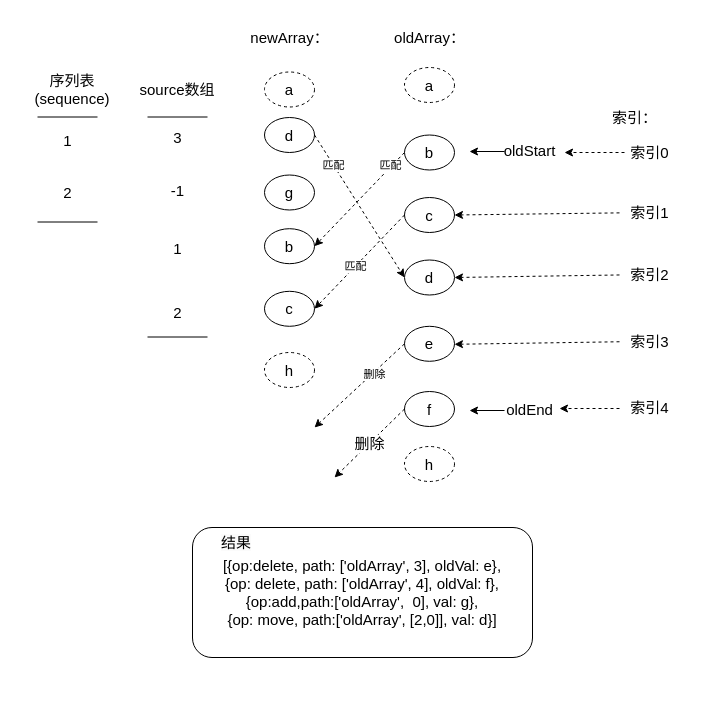
This is 第五章/newArray 与oldArray 都有剩余数据.drawio from yuxinyu12345/diagrams, a draw.io file, before an edit. Source tidied: cells renumbered, new cells numbered last; positions are measured from the earlier drawing's top-left corner, leaving out a move shared by most shapes. Both pictures are drawn from the tidied source at 100%, with x=0, y=0 at pixel (37, 22).
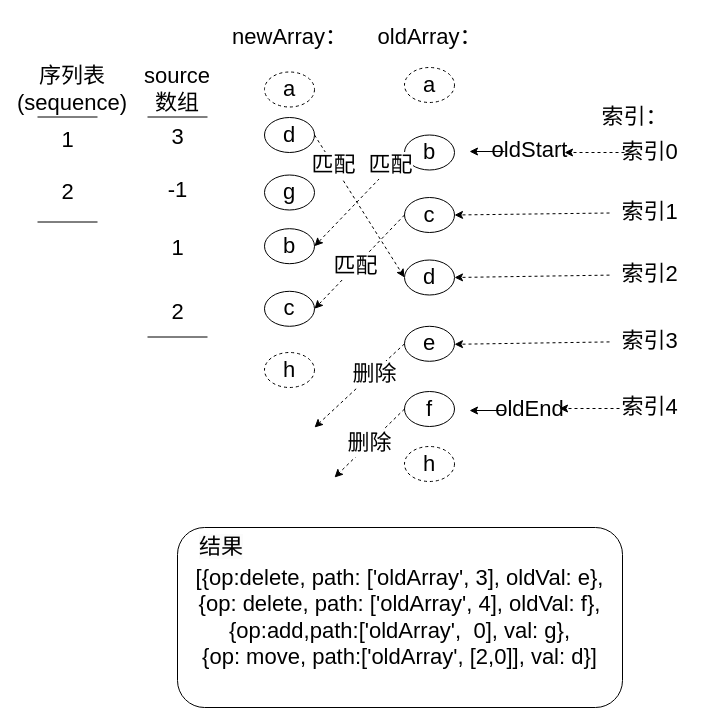
After the change.

Commit message:
更新newArray 与oldArray 都有剩余数据.drawio

Diff of the diagram source:
```diff
@@
-    <mxCell id="2" value="a" style="ellipse;whiteSpace=wrap;html=1;dashed=1;fontSize=15;" parent="1" vertex="1">
+    <mxCell id="2" value="a" style="ellipse;whiteSpace=wrap;html=1;dashed=1;fontSize=22;" parent="1" vertex="1">
       <mxGeometry x="367" y="45" width="50" height="35" as="geometry" />
     </mxCell>
-    <mxCell id="3" value="a" style="ellipse;whiteSpace=wrap;html=1;dashed=1;fontSize=15;" parent="1" vertex="1">
+    <mxCell id="3" value="a" style="ellipse;whiteSpace=wrap;html=1;dashed=1;fontSize=22;" parent="1" vertex="1">
       <mxGeometry x="227" y="49.5" width="50" height="35" as="geometry" />
     </mxCell>
-    <mxCell id="4" value="b" style="ellipse;whiteSpace=wrap;html=1;fontSize=15;" parent="1" vertex="1">
+    <mxCell id="4" value="b" style="ellipse;whiteSpace=wrap;html=1;fontSize=22;" parent="1" vertex="1">
       <mxGeometry x="367" y="112.5" width="50" height="35" as="geometry" />
     </mxCell>
-    <mxCell id="5" value="b" style="ellipse;whiteSpace=wrap;html=1;fontSize=15;" parent="1" vertex="1">
+    <mxCell id="5" value="b" style="ellipse;whiteSpace=wrap;html=1;fontSize=22;" parent="1" vertex="1">
       <mxGeometry x="227" y="206.2" width="50" height="35" as="geometry" />
     </mxCell>
-    <mxCell id="6" value="c" style="ellipse;whiteSpace=wrap;html=1;fontSize=15;" parent="1" vertex="1">
+    <mxCell id="6" value="c" style="ellipse;whiteSpace=wrap;html=1;fontSize=22;" parent="1" vertex="1">
       <mxGeometry x="367" y="175" width="50" height="35" as="geometry" />
     </mxCell>
-    <mxCell id="7" value="d" style="ellipse;whiteSpace=wrap;html=1;fontSize=15;" parent="1" vertex="1">
+    <mxCell id="7" value="d" style="ellipse;whiteSpace=wrap;html=1;fontSize=22;" parent="1" vertex="1">
       <mxGeometry x="367" y="237.5" width="50" height="35" as="geometry" />
     </mxCell>
-    <mxCell id="8" value="e" style="ellipse;whiteSpace=wrap;html=1;fontSize=15;" parent="1" vertex="1">
+    <mxCell id="8" value="e" style="ellipse;whiteSpace=wrap;html=1;fontSize=22;" parent="1" vertex="1">
       <mxGeometry x="367" y="303.8" width="50" height="35" as="geometry" />
     </mxCell>
-    <mxCell id="9" value="f" style="ellipse;whiteSpace=wrap;html=1;fontSize=15;" parent="1" vertex="1">
+    <mxCell id="9" value="f" style="ellipse;whiteSpace=wrap;html=1;fontSize=22;" parent="1" vertex="1">
       <mxGeometry x="367" y="369" width="50" height="35" as="geometry" />
     </mxCell>
-    <mxCell id="10" value="h" style="ellipse;whiteSpace=wrap;html=1;dashed=1;fontSize=15;" parent="1" vertex="1">
+    <mxCell id="10" value="h" style="ellipse;whiteSpace=wrap;html=1;dashed=1;fontSize=22;" parent="1" vertex="1">
       <mxGeometry x="367" y="424" width="50" height="35" as="geometry" />
     </mxCell>
-    <mxCell id="11" value="h" style="ellipse;whiteSpace=wrap;html=1;dashed=1;fontSize=15;" parent="1" vertex="1">
+    <mxCell id="11" value="h" style="ellipse;whiteSpace=wrap;html=1;dashed=1;fontSize=22;" parent="1" vertex="1">
       <mxGeometry x="227" y="330" width="50" height="35" as="geometry" />
     </mxCell>
-    <mxCell id="12" value="c" style="ellipse;whiteSpace=wrap;html=1;fontSize=15;" parent="1" vertex="1">
+    <mxCell id="12" value="c" style="ellipse;whiteSpace=wrap;html=1;fontSize=22;" parent="1" vertex="1">
       <mxGeometry x="227" y="268.8" width="50" height="35" as="geometry" />
     </mxCell>
-    <mxCell id="13" value="d" style="ellipse;whiteSpace=wrap;html=1;fontSize=15;" parent="1" vertex="1">
+    <mxCell id="13" value="d" style="ellipse;whiteSpace=wrap;html=1;fontSize=22;" parent="1" vertex="1">
       <mxGeometry x="227" y="95" width="50" height="35" as="geometry" />
     </mxCell>
-    <mxCell id="14" value="g" style="ellipse;whiteSpace=wrap;html=1;fontSize=15;" parent="1" vertex="1">
+    <mxCell id="14" value="g" style="ellipse;whiteSpace=wrap;html=1;fontSize=22;" parent="1" vertex="1">
       <mxGeometry x="227" y="152.5" width="50" height="35" as="geometry" />
     </mxCell>
-    <mxCell id="15" value="newArray：" style="text;html=1;align=center;verticalAlign=middle;strokeColor=none;fillColor=none;fontSize=15;" parent="1" vertex="1">
-      <mxGeometry x="202" width="100" height="30" as="geometry" />
+    <mxCell id="15" value="newArray：" style="text;html=1;align=center;verticalAlign=middle;strokeColor=none;fillColor=none;fontSize=22;" parent="1" vertex="1">
+      <mxGeometry x="182" y="-5" width="140" height="40" as="geometry" />
     </mxCell>
-    <mxCell id="16" value="oldArray：" style="text;html=1;align=center;verticalAlign=middle;strokeColor=none;fillColor=none;fontSize=15;" parent="1" vertex="1">
-      <mxGeometry x="347" width="90" height="30" as="geometry" />
+    <mxCell id="16" value="oldArray：" style="text;html=1;align=center;verticalAlign=middle;strokeColor=none;fillColor=none;fontSize=22;" parent="1" vertex="1">
+      <mxGeometry x="327" y="-5" width="130" height="40" as="geometry" />
     </mxCell>
-    <mxCell id="17" style="edgeStyle=orthogonalEdgeStyle;rounded=0;orthogonalLoop=1;jettySize=auto;html=1;exitX=0.5;exitY=1;exitDx=0;exitDy=0;fontSize=15;" parent="1" edge="1" source="8" target="8">
+    <mxCell id="17" style="edgeStyle=orthogonalEdgeStyle;rounded=0;orthogonalLoop=1;jettySize=auto;html=1;exitX=0.5;exitY=1;exitDx=0;exitDy=0;fontSize=22;" parent="1" edge="1" source="8" target="8">
       <mxGeometry relative="1" as="geometry" />
     </mxCell>
-    <mxCell id="18" style="endArrow=classic;html=1;rounded=0;exitX=1;exitY=0.5;exitDx=0;exitDy=0;entryX=0;entryY=0.5;entryDx=0;entryDy=0;dashed=1;fontSize=15;" parent="1" edge="1" source="13" target="7">
+    <mxCell id="18" style="endArrow=classic;html=1;rounded=0;exitX=1;exitY=0.5;exitDx=0;exitDy=0;entryX=0;entryY=0.5;entryDx=0;entryDy=0;dashed=1;fontSize=22;" parent="1" edge="1" source="13" target="7">
       <mxGeometry relative="1" as="geometry" />
     </mxCell>
-    <mxCell id="19" value="匹配" style="edgeLabel;html=1;align=center;verticalAlign=middle;" parent="18" vertex="1">
+    <mxCell id="19" value="匹配" style="edgeLabel;html=1;align=center;verticalAlign=middle;fontSize=22;" parent="18" vertex="1">
       <mxGeometry x="-0.58" relative="1" as="geometry" />
     </mxCell>
-    <mxCell id="20" style="endArrow=classic;html=1;rounded=0;exitX=0;exitY=0.5;exitDx=0;exitDy=0;entryX=1;entryY=0.5;entryDx=0;entryDy=0;dashed=1;fontSize=15;" parent="1" edge="1" source="4" target="5">
+    <mxCell id="20" style="endArrow=classic;html=1;rounded=0;exitX=0;exitY=0.5;exitDx=0;exitDy=0;entryX=1;entryY=0.5;entryDx=0;entryDy=0;dashed=1;fontSize=22;" parent="1" edge="1" source="4" target="5">
       <mxGeometry relative="1" as="geometry" />
     </mxCell>
-    <mxCell id="21" value="匹配" style="edgeLabel;html=1;align=center;verticalAlign=middle;" parent="20" vertex="1">
+    <mxCell id="21" value="匹配" style="edgeLabel;html=1;align=center;verticalAlign=middle;fontSize=22;" parent="20" vertex="1">
       <mxGeometry x="-0.7" y="-2" relative="1" as="geometry" />
     </mxCell>
-    <mxCell id="22" style="endArrow=classic;html=1;rounded=0;exitX=0;exitY=0.5;exitDx=0;exitDy=0;entryX=1;entryY=0.5;entryDx=0;entryDy=0;dashed=1;fontSize=15;" parent="1" edge="1" source="6" target="12">
+    <mxCell id="22" style="endArrow=classic;html=1;rounded=0;exitX=0;exitY=0.5;exitDx=0;exitDy=0;entryX=1;entryY=0.5;entryDx=0;entryDy=0;dashed=1;fontSize=22;" parent="1" edge="1" source="6" target="12">
       <mxGeometry relative="1" as="geometry" />
     </mxCell>
-    <mxCell id="23" value="匹配" style="edgeLabel;html=1;align=center;verticalAlign=middle;" parent="22" vertex="1">
+    <mxCell id="23" value="匹配" style="edgeLabel;html=1;align=center;verticalAlign=middle;fontSize=22;" parent="22" vertex="1">
       <mxGeometry x="0.08" relative="1" as="geometry">
         <mxPoint x="-1" as="offset" />
       </mxGeometry>
     </mxCell>
-    <mxCell id="24" style="endArrow=classic;html=1;rounded=0;exitX=0;exitY=0.5;exitDx=0;exitDy=0;dashed=1;fontSize=15;" parent="1" edge="1" source="8">
+    <mxCell id="24" style="endArrow=classic;html=1;rounded=0;exitX=0;exitY=0.5;exitDx=0;exitDy=0;dashed=1;fontSize=22;" parent="1" edge="1" source="8">
       <mxGeometry relative="1" as="geometry">
         <mxPoint x="277" y="405" as="targetPoint" />
       </mxGeometry>
     </mxCell>
-    <mxCell id="25" value="删除" style="edgeLabel;html=1;align=center;verticalAlign=middle;" parent="24" vertex="1">
+    <mxCell id="25" value="删除" style="edgeLabel;html=1;align=center;verticalAlign=middle;fontSize=22;" parent="24" vertex="1">
       <mxGeometry x="-0.29" y="1" relative="1" as="geometry">
         <mxPoint x="1" as="offset" />
       </mxGeometry>
     </mxCell>
-    <mxCell id="26" value="删除" style="endArrow=classic;html=1;rounded=0;exitX=0;exitY=0.5;exitDx=0;exitDy=0;dashed=1;fontSize=15;" parent="1" edge="1" source="9">
+    <mxCell id="26" value="删除" style="endArrow=classic;html=1;rounded=0;exitX=0;exitY=0.5;exitDx=0;exitDy=0;dashed=1;fontSize=22;" parent="1" edge="1" source="9">
       <mxGeometry relative="1" as="geometry">
         <mxPoint x="297" y="455" as="targetPoint" />
       </mxGeometry>
     </mxCell>
-    <mxCell id="27" value="索引：" style="text;html=1;align=center;verticalAlign=middle;strokeColor=none;fillColor=none;fontSize=15;" parent="1" vertex="1">
-      <mxGeometry x="562" y="80" width="70" height="30" as="geometry" />
+    <mxCell id="27" value="索引：" style="text;html=1;align=center;verticalAlign=middle;strokeColor=none;fillColor=none;fontSize=22;" parent="1" vertex="1">
+      <mxGeometry x="552" y="75" width="90" height="40" as="geometry" />
     </mxCell>
-    <mxCell id="28" style="endArrow=classic;html=1;rounded=0;fontSize=15;" parent="1" edge="1">
+    <mxCell id="28" style="endArrow=classic;html=1;rounded=0;fontSize=22;" parent="1" edge="1">
       <mxGeometry relative="1" as="geometry">
         <mxPoint x="467" y="129" as="sourcePoint" />
         <mxPoint x="432" y="129" as="targetPoint" />
       </mxGeometry>
     </mxCell>
-    <mxCell id="29" value="oldStart" style="text;html=1;align=center;verticalAlign=middle;strokeColor=none;fillColor=none;fontSize=15;" parent="1" vertex="1">
-      <mxGeometry x="452" y="112.5" width="80" height="30" as="geometry" />
+    <mxCell id="29" value="oldStart" style="text;html=1;align=center;verticalAlign=middle;strokeColor=none;fillColor=none;fontSize=22;" parent="1" vertex="1">
+      <mxGeometry x="442" y="107.5" width="100" height="40" as="geometry" />
     </mxCell>
-    <mxCell id="30" style="endArrow=classic;html=1;rounded=0;fontSize=15;" parent="1" edge="1">
+    <mxCell id="30" style="endArrow=classic;html=1;rounded=0;fontSize=22;" parent="1" edge="1">
       <mxGeometry relative="1" as="geometry">
         <mxPoint x="467" y="388" as="sourcePoint" />
         <mxPoint x="432" y="388" as="targetPoint" />
       </mxGeometry>
     </mxCell>
-    <mxCell id="31" value="oldEnd" style="text;html=1;align=center;verticalAlign=middle;strokeColor=none;fillColor=none;fontSize=15;" parent="1" vertex="1">
-      <mxGeometry x="457" y="371.5" width="70" height="30" as="geometry" />
+    <mxCell id="31" value="oldEnd" style="text;html=1;align=center;verticalAlign=middle;strokeColor=none;fillColor=none;fontSize=22;" parent="1" vertex="1">
+      <mxGeometry x="447" y="366.5" width="90" height="40" as="geometry" />
     </mxCell>
-    <mxCell id="32" value="索引0" style="text;html=1;align=center;verticalAlign=middle;strokeColor=none;fillColor=none;fontSize=15;" parent="1" vertex="1">
-      <mxGeometry x="582" y="115" width="60" height="30" as="geometry" />
+    <mxCell id="32" value="索引0" style="text;html=1;align=center;verticalAlign=middle;strokeColor=none;fillColor=none;fontSize=22;" parent="1" vertex="1">
+      <mxGeometry x="572" y="110" width="80" height="40" as="geometry" />
     </mxCell>
-    <mxCell id="33" value="索引1" style="text;html=1;align=center;verticalAlign=middle;points=[];strokeColor=none;fillColor=none;fontSize=15;" parent="1" vertex="1">
-      <mxGeometry x="582" y="175" width="60" height="30" as="geometry" />
+    <mxCell id="33" value="索引1" style="text;html=1;align=center;verticalAlign=middle;points=[];strokeColor=none;fillColor=none;fontSize=22;" parent="1" vertex="1">
+      <mxGeometry x="572" y="170" width="80" height="40" as="geometry" />
     </mxCell>
-    <mxCell id="34" style="endArrow=classic;html=1;rounded=0;exitX=0;exitY=0.5;exitDx=0;exitDy=0;exitPerimeter=0;dashed=1;fontSize=15;" parent="1" edge="1">
+    <mxCell id="34" style="endArrow=classic;html=1;rounded=0;exitX=0;exitY=0.5;exitDx=0;exitDy=0;exitPerimeter=0;dashed=1;fontSize=22;" parent="1" edge="1">
       <mxGeometry relative="1" as="geometry">
         <mxPoint x="587" y="130" as="sourcePoint" />
         <mxPoint x="527" y="130" as="targetPoint" />
       </mxGeometry>
     </mxCell>
-    <mxCell id="35" style="endArrow=classic;html=1;rounded=0;dashed=1;entryX=1;entryY=0.5;entryDx=0;entryDy=0;fontSize=15;" parent="1" edge="1" source="33" target="6">
+    <mxCell id="35" style="endArrow=classic;html=1;rounded=0;dashed=1;entryX=1;entryY=0.5;entryDx=0;entryDy=0;fontSize=22;" parent="1" edge="1" source="33" target="6">
       <mxGeometry relative="1" as="geometry" />
     </mxCell>
-    <mxCell id="36" value="索引2" style="text;html=1;align=center;verticalAlign=middle;points=[];strokeColor=none;fillColor=none;fontSize=15;" parent="1" vertex="1">
-      <mxGeometry x="582" y="237" width="60" height="30" as="geometry" />
+    <mxCell id="36" value="索引2" style="text;html=1;align=center;verticalAlign=middle;points=[];strokeColor=none;fillColor=none;fontSize=22;" parent="1" vertex="1">
+      <mxGeometry x="572" y="232" width="80" height="40" as="geometry" />
     </mxCell>
-    <mxCell id="37" style="endArrow=classic;html=1;rounded=0;dashed=1;entryX=1;entryY=0.5;entryDx=0;entryDy=0;fontSize=15;" parent="1" edge="1" source="36">
+    <mxCell id="37" style="endArrow=classic;html=1;rounded=0;dashed=1;entryX=1;entryY=0.5;entryDx=0;entryDy=0;fontSize=22;" parent="1" edge="1" source="36">
       <mxGeometry relative="1" as="geometry">
         <mxPoint x="417" y="255" as="targetPoint" />
       </mxGeometry>
     </mxCell>
-    <mxCell id="38" value="索引3" style="text;html=1;align=center;verticalAlign=middle;points=[];strokeColor=none;fillColor=none;fontSize=15;" parent="1" vertex="1">
-      <mxGeometry x="582" y="303.8" width="60" height="30" as="geometry" />
+    <mxCell id="38" value="索引3" style="text;html=1;align=center;verticalAlign=middle;points=[];strokeColor=none;fillColor=none;fontSize=22;" parent="1" vertex="1">
+      <mxGeometry x="572" y="298.8" width="80" height="40" as="geometry" />
     </mxCell>
-    <mxCell id="39" style="endArrow=classic;html=1;rounded=0;dashed=1;entryX=1;entryY=0.5;entryDx=0;entryDy=0;fontSize=15;" parent="1" edge="1" source="38">
+    <mxCell id="39" style="endArrow=classic;html=1;rounded=0;dashed=1;entryX=1;entryY=0.5;entryDx=0;entryDy=0;fontSize=22;" parent="1" edge="1" source="38">
       <mxGeometry relative="1" as="geometry">
         <mxPoint x="417" y="321.8" as="targetPoint" />
       </mxGeometry>
     </mxCell>
-    <mxCell id="40" value="索引4" style="text;html=1;align=center;verticalAlign=middle;strokeColor=none;fillColor=none;fontSize=15;" parent="1" vertex="1">
-      <mxGeometry x="582" y="370" width="60" height="30" as="geometry" />
+    <mxCell id="40" value="索引4" style="text;html=1;align=center;verticalAlign=middle;strokeColor=none;fillColor=none;fontSize=22;" parent="1" vertex="1">
+      <mxGeometry x="572" y="365" width="80" height="40" as="geometry" />
     </mxCell>
-    <mxCell id="41" style="endArrow=classic;html=1;rounded=0;exitX=0;exitY=0.5;exitDx=0;exitDy=0;exitPerimeter=0;dashed=1;fontSize=15;" parent="1" edge="1">
+    <mxCell id="41" style="endArrow=classic;html=1;rounded=0;exitX=0;exitY=0.5;exitDx=0;exitDy=0;exitPerimeter=0;dashed=1;fontSize=22;" parent="1" edge="1">
       <mxGeometry relative="1" as="geometry">
         <mxPoint x="582" y="386" as="sourcePoint" />
         <mxPoint x="522" y="386" as="targetPoint" />
       </mxGeometry>
     </mxCell>
-    <mxCell id="42" value="source数组" style="text;html=1;strokeColor=none;fillColor=none;align=center;verticalAlign=middle;whiteSpace=wrap;rounded=0;fontSize=15;" parent="1" vertex="1">
+    <mxCell id="42" value="source数组" style="text;html=1;strokeColor=none;fillColor=none;align=center;verticalAlign=middle;whiteSpace=wrap;rounded=0;fontSize=22;" parent="1" vertex="1">
       <mxGeometry x="95" y="52" width="90" height="30" as="geometry" />
     </mxCell>
-    <mxCell id="43" value="3" style="text;html=1;align=center;verticalAlign=middle;strokeColor=none;fillColor=none;fontSize=15;" parent="1" vertex="1">
-      <mxGeometry x="125" y="100" width="30" height="30" as="geometry" />
+    <mxCell id="43" value="3" style="text;html=1;align=center;verticalAlign=middle;strokeColor=none;fillColor=none;fontSize=22;" parent="1" vertex="1">
+      <mxGeometry x="120" y="95" width="40" height="40" as="geometry" />
     </mxCell>
-    <mxCell id="44" value="-1" style="text;html=1;align=center;verticalAlign=middle;strokeColor=none;fillColor=none;fontSize=15;" parent="1" vertex="1">
-      <mxGeometry x="120" y="153" width="40" height="30" as="geometry" />
+    <mxCell id="44" value="-1" style="text;html=1;align=center;verticalAlign=middle;strokeColor=none;fillColor=none;fontSize=22;" parent="1" vertex="1">
+      <mxGeometry x="120" y="148" width="40" height="40" as="geometry" />
     </mxCell>
-    <mxCell id="45" value="1" style="text;html=1;align=center;verticalAlign=middle;strokeColor=none;fillColor=none;fontSize=15;" parent="1" vertex="1">
-      <mxGeometry x="125" y="211.2" width="30" height="30" as="geometry" />
+    <mxCell id="45" value="1" style="text;html=1;align=center;verticalAlign=middle;strokeColor=none;fillColor=none;fontSize=22;" parent="1" vertex="1">
+      <mxGeometry x="120" y="206.2" width="40" height="40" as="geometry" />
     </mxCell>
-    <mxCell id="46" value="2" style="text;html=1;align=center;verticalAlign=middle;strokeColor=none;fillColor=none;fontSize=15;" parent="1" vertex="1">
-      <mxGeometry x="125" y="275" width="30" height="30" as="geometry" />
+    <mxCell id="46" value="2" style="text;html=1;align=center;verticalAlign=middle;strokeColor=none;fillColor=none;fontSize=22;" parent="1" vertex="1">
+      <mxGeometry x="120" y="270" width="40" height="40" as="geometry" />
     </mxCell>
-    <mxCell id="47" style="endArrow=none;html=1;rounded=0;fontSize=15;" parent="1" edge="1">
+    <mxCell id="47" style="endArrow=none;html=1;rounded=0;fontSize=22;" parent="1" edge="1">
       <mxGeometry relative="1" as="geometry">
         <mxPoint x="110" y="94.5" as="sourcePoint" />
         <mxPoint x="170" y="94.5" as="targetPoint" />
       </mxGeometry>
     </mxCell>
-    <mxCell id="48" style="endArrow=none;html=1;rounded=0;fontSize=15;" parent="1" edge="1">
+    <mxCell id="48" style="endArrow=none;html=1;rounded=0;fontSize=22;" parent="1" edge="1">
       <mxGeometry relative="1" as="geometry">
         <mxPoint x="110" y="314.5" as="sourcePoint" />
         <mxPoint x="170" y="314.5" as="targetPoint" />
       </mxGeometry>
     </mxCell>
-    <mxCell id="49" value="序列表(sequence&lt;span style=&quot;background-color: initial; font-size: 15px;&quot;&gt;)&lt;/span&gt;" style="text;html=1;strokeColor=none;fillColor=none;align=center;verticalAlign=middle;whiteSpace=wrap;rounded=0;fontSize=15;" parent="1" vertex="1">
+    <mxCell id="49" value="序列表(sequence&lt;span style=&quot;background-color: initial; font-size: 22px;&quot;&gt;)&lt;/span&gt;" style="text;html=1;strokeColor=none;fillColor=none;align=center;verticalAlign=middle;whiteSpace=wrap;rounded=0;fontSize=22;" parent="1" vertex="1">
       <mxGeometry y="52" width="70" height="30" as="geometry" />
     </mxCell>
-    <mxCell id="50" style="endArrow=none;html=1;rounded=0;fontSize=15;" parent="1" edge="1">
+    <mxCell id="50" style="endArrow=none;html=1;rounded=0;fontSize=22;" parent="1" edge="1">
       <mxGeometry relative="1" as="geometry">
         <mxPoint y="94.5" as="sourcePoint" />
         <mxPoint x="60" y="94.5" as="targetPoint" />
       </mxGeometry>
     </mxCell>
-    <mxCell id="51" value="1" style="text;html=1;align=center;verticalAlign=middle;strokeColor=none;fillColor=none;fontSize=15;" parent="1" vertex="1">
-      <mxGeometry x="15" y="103" width="30" height="30" as="geometry" />
+    <mxCell id="51" value="1" style="text;html=1;align=center;verticalAlign=middle;strokeColor=none;fillColor=none;fontSize=22;" parent="1" vertex="1">
+      <mxGeometry x="10" y="98" width="40" height="40" as="geometry" />
     </mxCell>
-    <mxCell id="52" value="2" style="text;html=1;align=center;verticalAlign=middle;strokeColor=none;fillColor=none;fontSize=15;" parent="1" vertex="1">
-      <mxGeometry x="15" y="155" width="30" height="30" as="geometry" />
+    <mxCell id="52" value="2" style="text;html=1;align=center;verticalAlign=middle;strokeColor=none;fillColor=none;fontSize=22;" parent="1" vertex="1">
+      <mxGeometry x="10" y="150" width="40" height="40" as="geometry" />
     </mxCell>
-    <mxCell id="53" style="endArrow=none;html=1;rounded=0;fontSize=15;" parent="1" edge="1">
+    <mxCell id="53" style="endArrow=none;html=1;rounded=0;fontSize=22;" parent="1" edge="1">
       <mxGeometry relative="1" as="geometry">
         <mxPoint y="199.5" as="sourcePoint" />
         <mxPoint x="60" y="199.5" as="targetPoint" />
       </mxGeometry>
     </mxCell>
-    <mxCell id="54" value="[{op:delete, path: ['oldArray', 3], oldVal: e},&lt;br style=&quot;font-size: 15px;&quot;&gt;{op: delete, path: ['oldArray', 4], oldVal: f},&lt;br style=&quot;font-size: 15px;&quot;&gt;{op:add,path:['oldArray',&amp;nbsp; 0], val: g},&lt;br style=&quot;font-size: 15px;&quot;&gt;{op: move, path:['oldArray', [2,0]], val: d}]" style="rounded=1;whiteSpace=wrap;html=1;fontSize=15;" parent="1" vertex="1">
-      <mxGeometry x="155" y="505" width="340" height="130" as="geometry" />
+    <mxCell id="54" value="[{op:delete, path: ['oldArray', 3], oldVal: e},&lt;br style=&quot;font-size: 22px;&quot;&gt;{op: delete, path: ['oldArray', 4], oldVal: f},&lt;br style=&quot;font-size: 22px;&quot;&gt;{op:add,path:['oldArray',&amp;nbsp; 0], val: g},&lt;br style=&quot;font-size: 22px;&quot;&gt;{op: move, path:['oldArray', [2,0]], val: d}]" style="rounded=1;whiteSpace=wrap;html=1;fontSize=22;" parent="1" vertex="1">
+      <mxGeometry x="140" y="505" width="445" height="180" as="geometry" />
     </mxCell>
-    <mxCell id="55" value="&lt;span style=&quot;color: rgb(0, 0, 0); font-family: Helvetica; font-size: 15px; font-style: normal; font-variant-ligatures: normal; font-variant-caps: normal; font-weight: 400; letter-spacing: normal; orphans: 2; text-align: center; text-indent: 0px; text-transform: none; widows: 2; word-spacing: 0px; -webkit-text-stroke-width: 0px; background-color: rgb(251, 251, 251); text-decoration-thickness: initial; text-decoration-style: initial; text-decoration-color: initial; float: none; display: inline !important;&quot;&gt;结果&lt;/span&gt;" style="text;whiteSpace=wrap;html=1;fontSize=15;" parent="1" vertex="1">
-      <mxGeometry x="182" y="505" width="60" height="40" as="geometry" />
+    <mxCell id="55" value="&lt;span style=&quot;color: rgb(0, 0, 0); font-family: Helvetica; font-size: 22px; font-style: normal; font-variant-ligatures: normal; font-variant-caps: normal; font-weight: 400; letter-spacing: normal; orphans: 2; text-align: center; text-indent: 0px; text-transform: none; widows: 2; word-spacing: 0px; -webkit-text-stroke-width: 0px; background-color: rgb(251, 251, 251); text-decoration-thickness: initial; text-decoration-style: initial; text-decoration-color: initial; float: none; display: inline !important;&quot;&gt;结果&lt;/span&gt;" style="text;whiteSpace=wrap;html=1;fontSize=22;" parent="1" vertex="1">
+      <mxGeometry x="160" y="505" width="60" height="40" as="geometry" />
     </mxCell>
```
